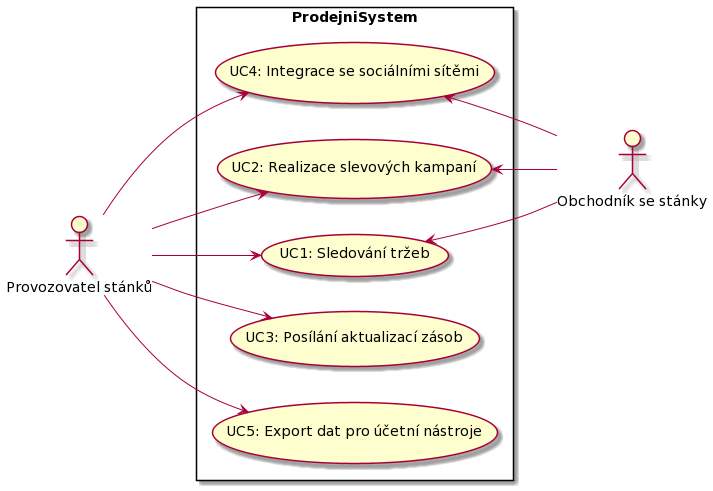
This is dokumentace architektury/architektura 1/assets/prodejni_system_usecase_diagram.png from MichalMoudry/4IT575-seminarni-prace, a PlantUML export, as it was before one commit. The source it was exported from:
```plantuml
@startuml
left to right direction

actor "Provozovatel stánků" as provozovatel

actor "Obchodník se stánky" as obchodnik

rectangle ProdejniSystem {

usecase "UC1: Sledování tržeb" as UC1

usecase "UC2: Realizace slevových kampaní" as UC2

usecase "UC3: Posílání aktualizací zásob" as UC3

usecase "UC4: Integrace se sociálními sítěmi" as UC4

usecase "UC5: Export dat pro účetní nástroje" as UC5

}

provozovatel --> UC1

provozovatel --> UC2

provozovatel --> UC3

provozovatel --> UC4

provozovatel --> UC5

obchodnik -up-> UC1

obchodnik -up-> UC2

obchodnik -up-> UC4
@enduml
```
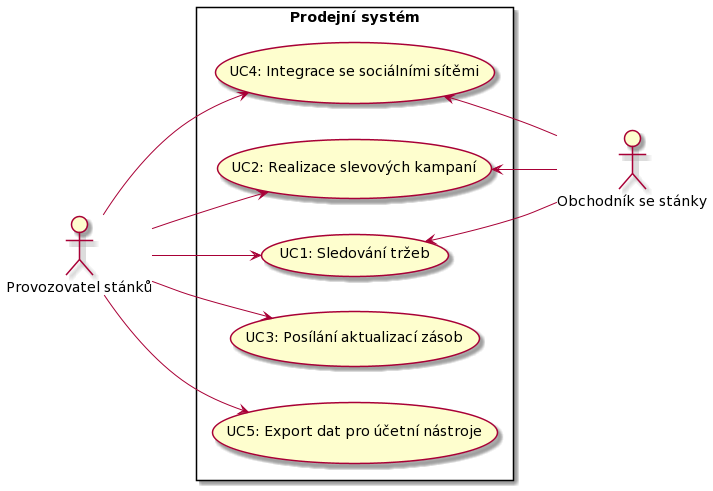
The same file after the commit.

Commit message:
Edit components view for architecture n. 1

The edit, as a diff of the source:
```diff
@@ -5,7 +5,7 @@
 
 actor "Obchodník se stánky" as obchodnik
 
-rectangle ProdejniSystem {
+rectangle "Prodejní systém" {
 
 usecase "UC1: Sledování tržeb" as UC1
 
```
